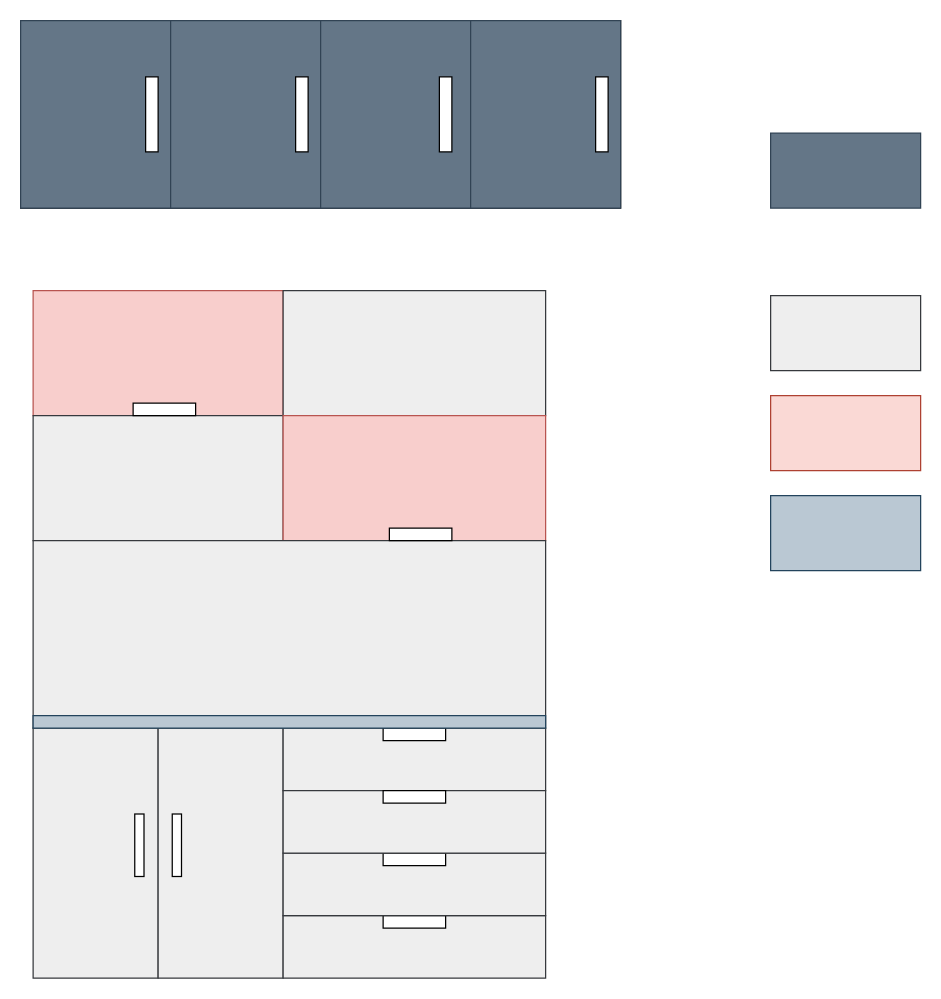
suresh-legato/Design keeps this draw.io diagram as Final/cockery unit.drawio. Above is the earlier version. Source tidied: cells renumbered, new cells numbered last; positions are measured from the earlier drawing's top-left corner, leaving out a move shared by most shapes. Both pictures are drawn from the tidied source at 125%, with x=0, y=0 at pixel (20, 20).
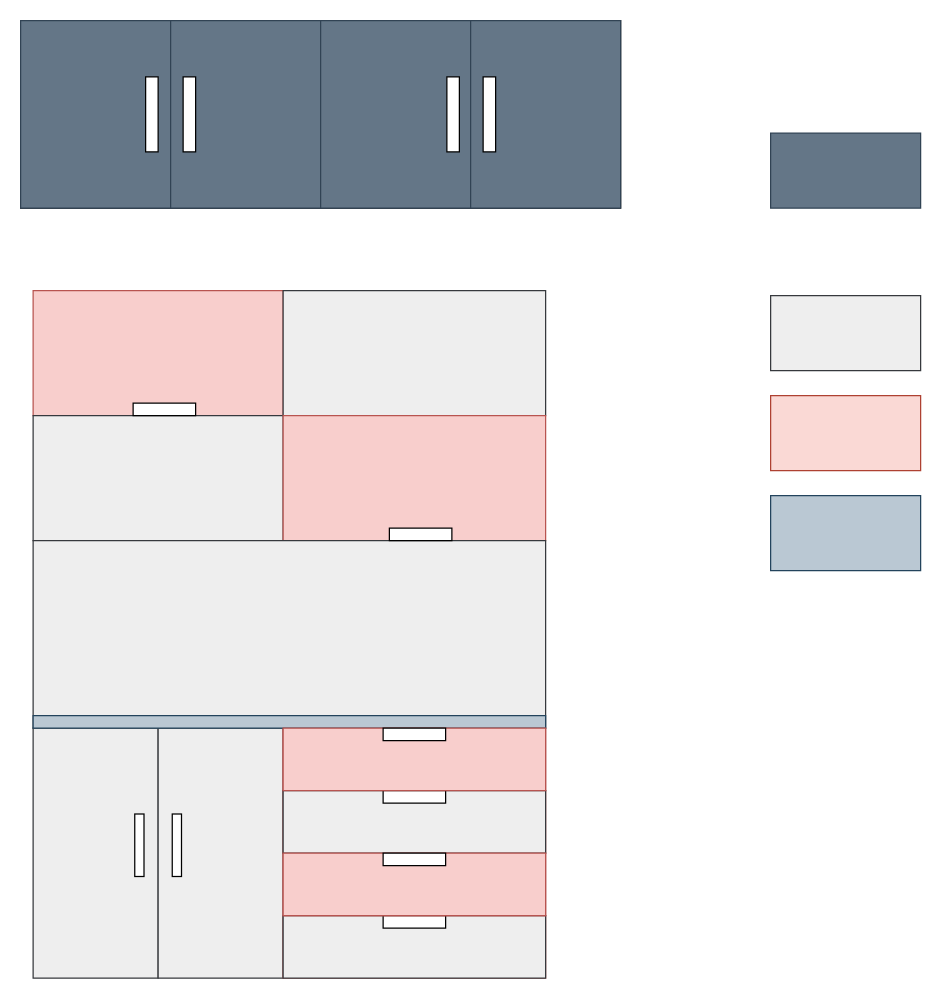
After the change.

The edit, as a diff of the source:
```diff
@@
-    <mxCell id="14" style="group;" parent="1" vertex="1">
+    <mxCell id="14" style="group;fillColor=#f8cecc;strokeColor=#b85450;" parent="1" vertex="1">
       <mxGeometry x="210" y="716" width="210" height="50" as="geometry" />
     </mxCell>
@@
-    <mxCell id="17" style="group;" parent="1" vertex="1">
+    <mxCell id="17" style="group;fillColor=#f8cecc;strokeColor=#b85450;" parent="1" vertex="1">
       <mxGeometry x="210" y="566" width="210" height="50" as="geometry" />
     </mxCell>
-    <mxCell id="18" style="rounded=0;whiteSpace=wrap;html=1;fillColor=#eeeeee;strokeColor=#36393d;" parent="17" vertex="1">
-      <mxGeometry width="210" height="50" as="geometry" />
-    </mxCell>
-    <mxCell id="19" style="rounded=0;whiteSpace=wrap;html=1;" parent="17" vertex="1">
-      <mxGeometry x="80" width="50" height="10" as="geometry" />
-    </mxCell>
-    <mxCell id="20" style="group;" parent="1" vertex="1">
+    <mxCell id="20" style="group;fillColor=#f8cecc;strokeColor=#b85450;" parent="1" vertex="1">
       <mxGeometry x="210" y="666" width="210" height="50" as="geometry" />
     </mxCell>
-    <mxCell id="21" style="rounded=0;whiteSpace=wrap;html=1;fillColor=#eeeeee;strokeColor=#36393d;" parent="20" vertex="1">
-      <mxGeometry width="210" height="50" as="geometry" />
-    </mxCell>
-    <mxCell id="22" style="rounded=0;whiteSpace=wrap;html=1;" parent="20" vertex="1">
-      <mxGeometry x="80" width="50" height="10" as="geometry" />
-    </mxCell>
-    <mxCell id="23" style="group;" parent="1" vertex="1">
+    <mxCell id="23" style="group;fillColor=#f8cecc;strokeColor=#b85450;" parent="1" vertex="1">
       <mxGeometry x="210" y="616" width="210" height="50" as="geometry" />
     </mxCell>
@@
     <mxCell id="36" style="rounded=0;whiteSpace=wrap;html=1;" parent="1" vertex="1">
-      <mxGeometry x="220" y="45" width="10" height="60" as="geometry" />
+      <mxGeometry x="130" y="45" width="10" height="60" as="geometry" />
     </mxCell>
     <mxCell id="37" style="rounded=0;whiteSpace=wrap;html=1;" parent="1" vertex="1">
-      <mxGeometry x="335" y="45" width="10" height="60" as="geometry" />
+      <mxGeometry x="341" y="45" width="10" height="60" as="geometry" />
     </mxCell>
     <mxCell id="38" style="rounded=0;whiteSpace=wrap;html=1;" parent="1" vertex="1">
-      <mxGeometry x="460" y="45" width="10" height="60" as="geometry" />
+      <mxGeometry x="370" y="45" width="10" height="60" as="geometry" />
     </mxCell>
@@
+    <mxCell id="40" style="group;" parent="1" vertex="1">
+      <mxGeometry x="210" y="566" width="210" height="50" as="geometry" />
+    </mxCell>
+    <mxCell id="18" style="rounded=0;whiteSpace=wrap;html=1;fillColor=#f8cecc;strokeColor=#b85450;" parent="40" vertex="1">
+      <mxGeometry width="210" height="50" as="geometry" />
+    </mxCell>
+    <mxCell id="19" style="rounded=0;whiteSpace=wrap;html=1;" parent="40" vertex="1">
+      <mxGeometry x="80" width="50" height="10" as="geometry" />
+    </mxCell>
+    <mxCell id="41" style="group;" parent="1" vertex="1">
+      <mxGeometry x="210" y="666" width="210" height="50" as="geometry" />
+    </mxCell>
+    <mxCell id="42" style="group;" parent="41" vertex="1">
+      <mxGeometry width="210" height="50" as="geometry" />
+    </mxCell>
+    <mxCell id="21" style="rounded=0;whiteSpace=wrap;html=1;fillColor=#f8cecc;strokeColor=#b85450;" parent="42" vertex="1">
+      <mxGeometry width="210" height="50" as="geometry" />
+    </mxCell>
+    <mxCell id="22" style="rounded=0;whiteSpace=wrap;html=1;" parent="42" vertex="1">
+      <mxGeometry x="80" width="50" height="10" as="geometry" />
+    </mxCell>
```
